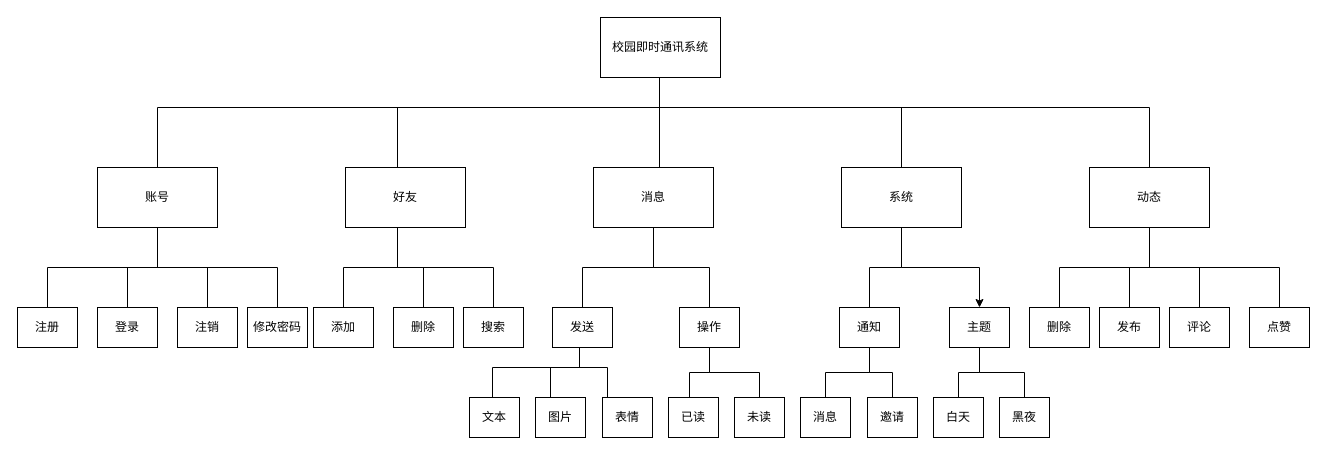
The draw.io diagram 未命名绘图.drawio in kkiiidd/demo1, before the edit. Source tidied: cells renumbered, new cells numbered last; positions are measured from the earlier drawing's top-left corner, leaving out a move shared by most shapes. Both pictures are drawn from the tidied source at 100%, with x=0, y=0 at pixel (17, 17).
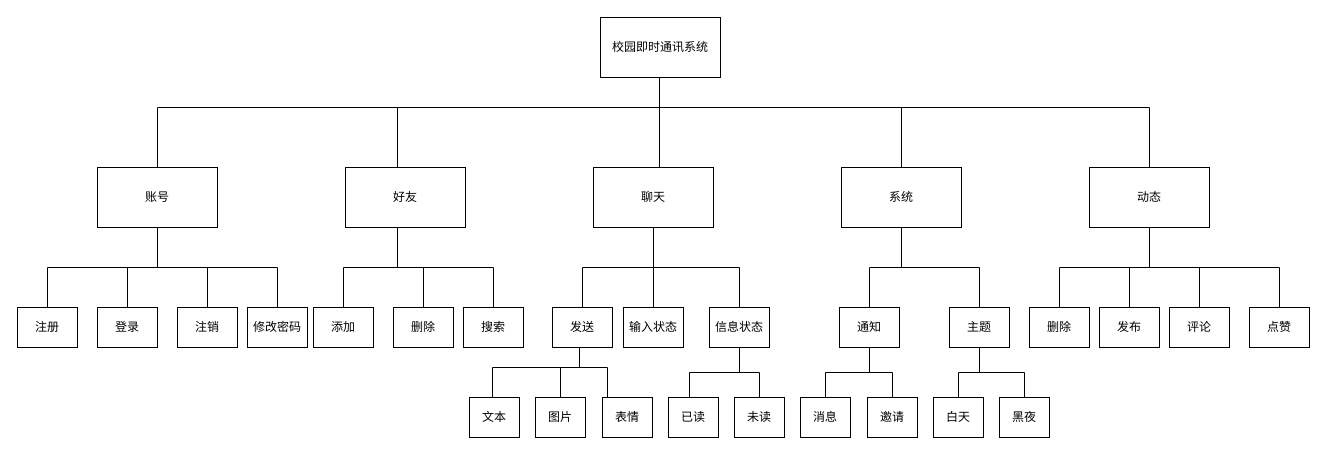
After the change.

Commit message:
更新未命名绘图.drawio

The change refers to these unchanged cells:
```xml
<mxCell id="23" value="系统" style="rounded=0;whiteSpace=wrap;html=1;strokeColor=default;" parent="1" vertex="1">
  <mxGeometry x="824" y="150" width="120" height="60" as="geometry" />
</mxCell>
<mxCell id="39" value="发送" style="rounded=0;whiteSpace=wrap;html=1;strokeColor=default;" parent="1" vertex="1">
  <mxGeometry x="535" y="290" width="60" height="40" as="geometry" />
</mxCell>
<mxCell id="48" value="主题" style="rounded=0;whiteSpace=wrap;html=1;strokeColor=default;" parent="1" vertex="1">
  <mxGeometry x="932" y="290" width="60" height="40" as="geometry" />
</mxCell>
<mxCell id="54" value="图片" style="rounded=0;whiteSpace=wrap;html=1;flipH=1;strokeColor=default;" parent="1" vertex="1">
  <mxGeometry x="518" y="380" width="50" height="40" as="geometry" />
</mxCell>
<mxCell id="56" value="已读" style="rounded=0;whiteSpace=wrap;html=1;flipH=1;strokeColor=default;" parent="1" vertex="1">
  <mxGeometry x="651" y="380" width="50" height="40" as="geometry" />
</mxCell>
```

What changed in the source:
```diff
@@
+    <mxCell id="62" style="edgeStyle=orthogonalEdgeStyle;rounded=0;jettySize=auto;html=1;endArrow=none;endFill=0;" parent="1" edge="1" source="20" target="63">
+      <mxGeometry relative="1" as="geometry" />
+    </mxCell>
-    <mxCell id="20" value="消息" style="rounded=0;whiteSpace=wrap;html=1;strokeColor=default;" parent="1" vertex="1">
+    <mxCell id="20" value="聊天" style="rounded=0;whiteSpace=wrap;html=1;strokeColor=default;" parent="1" vertex="1">
       <mxGeometry x="576" y="150" width="120" height="60" as="geometry" />
     </mxCell>
@@
-    <mxCell id="22" style="edgeStyle=orthogonalEdgeStyle;rounded=0;jettySize=auto;html=1;strokeColor=default;" parent="1" edge="1" source="23" target="48">
+    <mxCell id="22" style="edgeStyle=orthogonalEdgeStyle;rounded=0;jettySize=auto;html=1;strokeColor=default;endArrow=none;endFill=0;" parent="1" edge="1" source="23" target="48">
       <mxGeometry relative="1" as="geometry" />
     </mxCell>
@@
     <mxCell id="37" style="edgeStyle=orthogonalEdgeStyle;rounded=0;jettySize=auto;html=1;entryX=0.5;entryY=0;entryDx=0;entryDy=0;strokeColor=default;endArrow=none;endFill=0;" parent="1" edge="1" source="39" target="54">
       <mxGeometry relative="1" as="geometry">
         <Array as="points">
           <mxPoint x="562" y="350" />
-          <mxPoint x="533" y="350" />
-          <mxPoint x="533" y="380" />
+          <mxPoint x="543" y="350" />
         </Array>
       </mxGeometry>
     </mxCell>
@@
     <mxCell id="40" style="edgeStyle=orthogonalEdgeStyle;rounded=0;jettySize=auto;html=1;entryX=0.75;entryY=0;entryDx=0;entryDy=0;strokeColor=default;endArrow=none;endFill=0;" parent="1" edge="1" source="42" target="56">
       <mxGeometry relative="1" as="geometry">
         <Array as="points">
-          <mxPoint x="692" y="355" />
+          <mxPoint x="722" y="355" />
           <mxPoint x="672" y="355" />
           <mxPoint x="672" y="380" />
         </Array>
       </mxGeometry>
     </mxCell>
@@
-    <mxCell id="42" value="操作" style="rounded=0;whiteSpace=wrap;html=1;strokeColor=default;" parent="1" vertex="1">
-      <mxGeometry x="662" y="290" width="60" height="40" as="geometry" />
+    <mxCell id="42" value="信息状态" style="rounded=0;whiteSpace=wrap;html=1;strokeColor=default;" parent="1" vertex="1">
+      <mxGeometry x="692" y="290" width="60" height="40" as="geometry" />
     </mxCell>
@@
+    <mxCell id="63" value="输入状态" style="rounded=0;whiteSpace=wrap;html=1;strokeColor=default;" parent="1" vertex="1">
+      <mxGeometry x="606" y="290" width="60" height="40" as="geometry" />
+    </mxCell>
```
